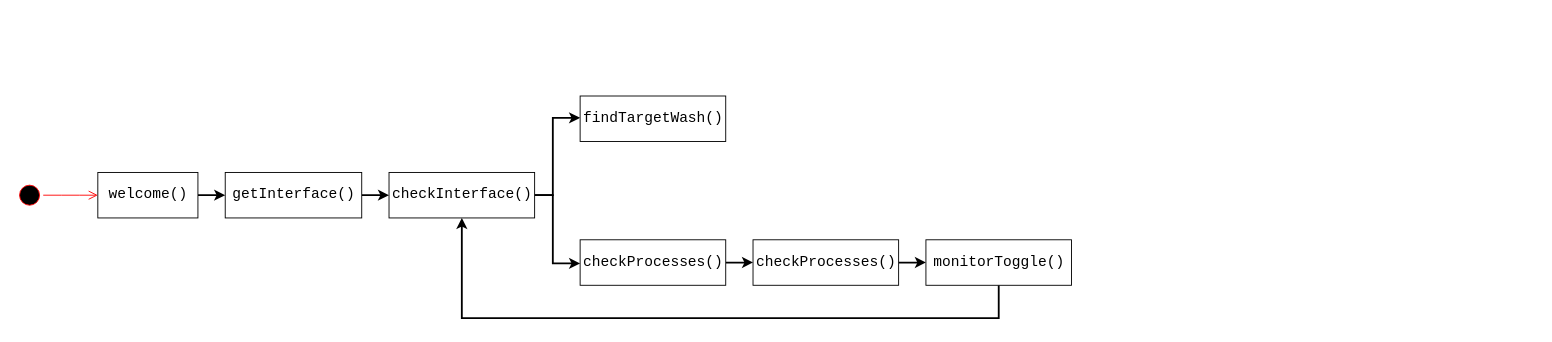
edwardayala/Diagrams keeps this draw.io diagram as MISC/Untitled Diagram.drawio. Above is the earlier version. Source tidied: cells renumbered, new cells numbered last; positions are measured from the earlier drawing's top-left corner, leaving out a move shared by most shapes. Both pictures are drawn from the tidied source at 91%, with x=0, y=0 at pixel (15, 96).
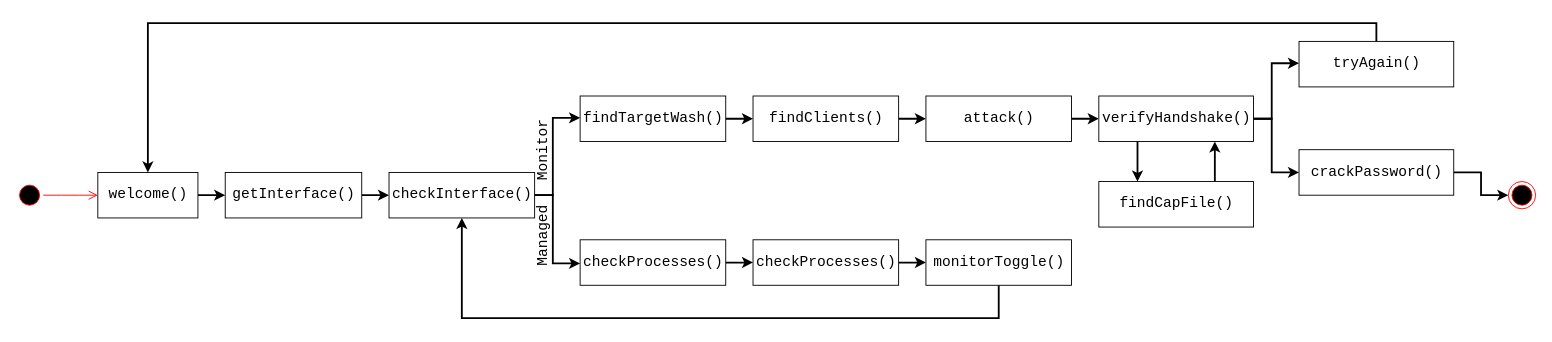
The same page after the edit.

Unchanged cells that the change refers to:
```xml
<mxCell id="3" value="welcome()" style="html=1;fontFamily=Courier New;fontSize=16;" parent="1" vertex="1">
  <mxGeometry x="90" y="84" width="110" height="50" as="geometry" />
</mxCell>
<mxCell id="11" value="findTargetWash()" style="html=1;fontFamily=Courier New;fontSize=16;" parent="1" vertex="1">
  <mxGeometry x="620" width="160" height="50" as="geometry" />
</mxCell>
```

Change to the diagram source:
```diff
@@
+    <mxCell id="18" style="edgeStyle=orthogonalEdgeStyle;rounded=0;jettySize=auto;html=1;strokeWidth=2;fontFamily=Courier New;fontSize=16;" parent="1" edge="1" source="11" target="20">
+      <mxGeometry relative="1" as="geometry" />
+    </mxCell>
@@
+    <mxCell id="19" style="edgeStyle=orthogonalEdgeStyle;rounded=0;jettySize=auto;html=1;strokeWidth=2;fontFamily=Courier New;fontSize=16;" parent="1" edge="1" source="20" target="22">
+      <mxGeometry relative="1" as="geometry" />
+    </mxCell>
+    <mxCell id="20" value="findClients()" style="html=1;fontFamily=Courier New;fontSize=16;" parent="1" vertex="1">
+      <mxGeometry x="810" width="160" height="50" as="geometry" />
+    </mxCell>
+    <mxCell id="21" style="edgeStyle=orthogonalEdgeStyle;rounded=0;jettySize=auto;html=1;strokeWidth=2;fontFamily=Courier New;fontSize=16;" parent="1" edge="1" source="22" target="26">
+      <mxGeometry relative="1" as="geometry" />
+    </mxCell>
+    <mxCell id="22" value="attack()" style="html=1;fontFamily=Courier New;fontSize=16;" parent="1" vertex="1">
+      <mxGeometry x="1000" width="160" height="50" as="geometry" />
+    </mxCell>
+    <mxCell id="23" style="edgeStyle=orthogonalEdgeStyle;rounded=0;jettySize=auto;html=1;exitX=0.25;exitY=1;exitDx=0;exitDy=0;entryX=0.25;entryY=0;entryDx=0;entryDy=0;strokeWidth=2;fontFamily=Courier New;fontSize=16;" parent="1" edge="1" source="26" target="30">
+      <mxGeometry relative="1" as="geometry" />
+    </mxCell>
+    <mxCell id="24" style="edgeStyle=orthogonalEdgeStyle;rounded=0;jettySize=auto;html=1;exitX=1;exitY=0.5;exitDx=0;exitDy=0;strokeWidth=2;fontFamily=Courier New;fontSize=16;" parent="1" edge="1" source="26">
+      <mxGeometry relative="1" as="geometry">
+        <mxPoint x="1410" y="-36" as="targetPoint" />
+        <Array as="points">
+          <mxPoint x="1380" y="25" />
+          <mxPoint x="1380" y="-36" />
+          <mxPoint x="1400" y="-36" />
+        </Array>
+      </mxGeometry>
+    </mxCell>
+    <mxCell id="25" style="edgeStyle=orthogonalEdgeStyle;rounded=0;jettySize=auto;html=1;exitX=1;exitY=0.5;exitDx=0;exitDy=0;strokeWidth=2;fontFamily=Courier New;fontSize=16;" parent="1" edge="1" source="26">
+      <mxGeometry relative="1" as="geometry">
+        <mxPoint x="1410" y="84" as="targetPoint" />
+        <Array as="points">
+          <mxPoint x="1380" y="25" />
+          <mxPoint x="1380" y="84" />
+          <mxPoint x="1400" y="84" />
+        </Array>
+      </mxGeometry>
+    </mxCell>
+    <mxCell id="26" value="verifyHandshake()" style="html=1;fontFamily=Courier New;fontSize=16;" parent="1" vertex="1">
+      <mxGeometry x="1190" width="170" height="50" as="geometry" />
+    </mxCell>
@@
+    <mxCell id="27" value="Monitor" style="text;html=1;align=center;verticalAlign=middle;fontSize=16;fontFamily=Courier New;rotation=-90;" parent="1" vertex="1">
+      <mxGeometry x="540" y="50" width="80" height="20" as="geometry" />
+    </mxCell>
+    <mxCell id="28" value="Managed" style="text;html=1;align=center;verticalAlign=middle;fontSize=16;fontFamily=Courier New;rotation=-90;" parent="1" vertex="1">
+      <mxGeometry x="540" y="144" width="80" height="20" as="geometry" />
+    </mxCell>
+    <mxCell id="29" style="edgeStyle=orthogonalEdgeStyle;rounded=0;jettySize=auto;html=1;exitX=0.75;exitY=0;exitDx=0;exitDy=0;entryX=0.75;entryY=1;entryDx=0;entryDy=0;strokeWidth=2;fontFamily=Courier New;fontSize=16;" parent="1" edge="1" source="30" target="26">
+      <mxGeometry relative="1" as="geometry" />
+    </mxCell>
+    <mxCell id="30" value="findCapFile()" style="html=1;fontFamily=Courier New;fontSize=16;" parent="1" vertex="1">
+      <mxGeometry x="1190" y="94" width="170" height="50" as="geometry" />
+    </mxCell>
+    <mxCell id="31" style="edgeStyle=orthogonalEdgeStyle;rounded=0;jettySize=auto;html=1;exitX=1;exitY=0.5;exitDx=0;exitDy=0;entryX=0;entryY=0.5;entryDx=0;entryDy=0;strokeWidth=2;fontFamily=Courier New;fontSize=16;" parent="1" edge="1" source="32" target="35">
+      <mxGeometry relative="1" as="geometry" />
+    </mxCell>
+    <mxCell id="32" value="crackPassword()" style="html=1;fontFamily=Courier New;fontSize=16;" parent="1" vertex="1">
+      <mxGeometry x="1410" y="59" width="170" height="50" as="geometry" />
+    </mxCell>
+    <mxCell id="33" style="edgeStyle=orthogonalEdgeStyle;rounded=0;jettySize=auto;html=1;exitX=0.5;exitY=0;exitDx=0;exitDy=0;entryX=0.5;entryY=0;entryDx=0;entryDy=0;strokeWidth=2;fontFamily=Courier New;fontSize=16;" parent="1" edge="1" source="34" target="3">
+      <mxGeometry relative="1" as="geometry" />
+    </mxCell>
+    <mxCell id="34" value="tryAgain()" style="html=1;fontFamily=Courier New;fontSize=16;" parent="1" vertex="1">
+      <mxGeometry x="1410" y="-60" width="170" height="50" as="geometry" />
+    </mxCell>
+    <mxCell id="35" style="ellipse;html=1;shape=endState;fillColor=#000000;strokeColor=#ff0000;fontFamily=Courier New;fontSize=16;" parent="1" vertex="1">
+      <mxGeometry x="1640" y="94" width="30" height="30" as="geometry" />
+    </mxCell>
```
